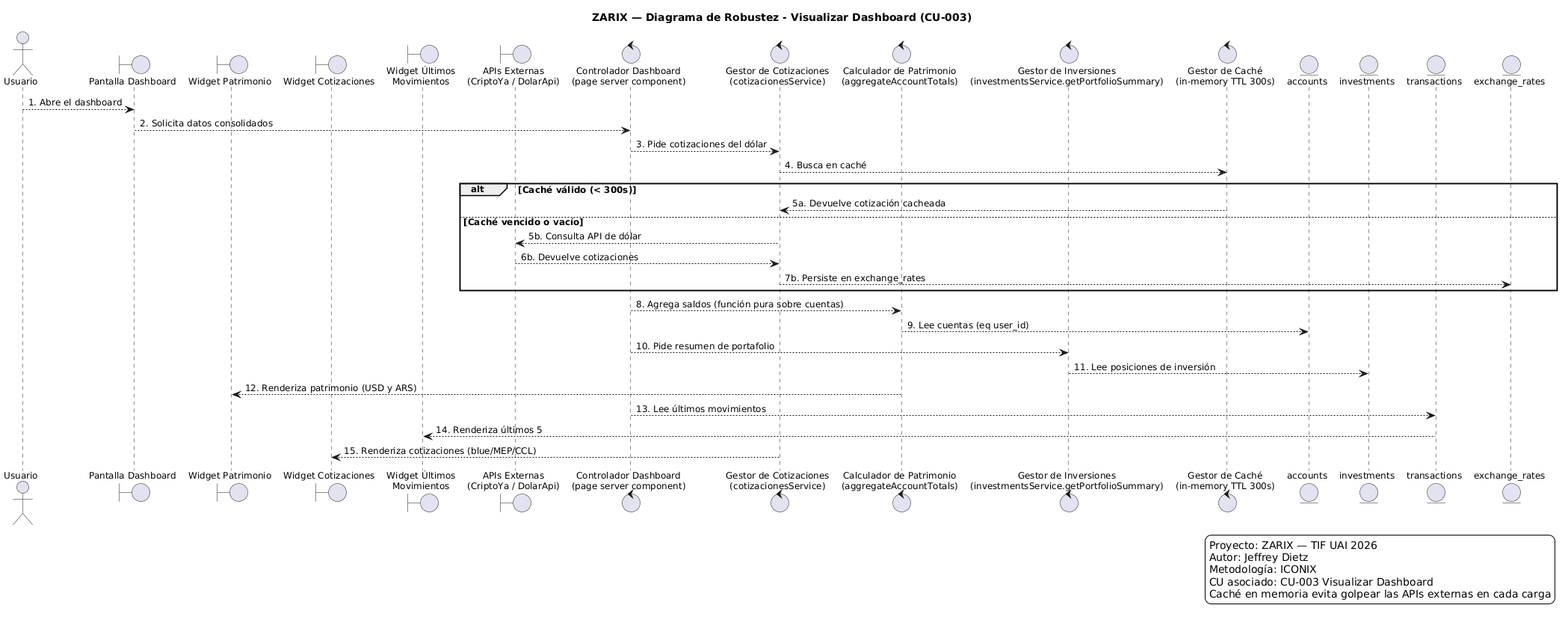
Earlier version of the PlantUML export docs/tif/png/fig04_robustez_dashboard.png (jeffreydtz/zarix).
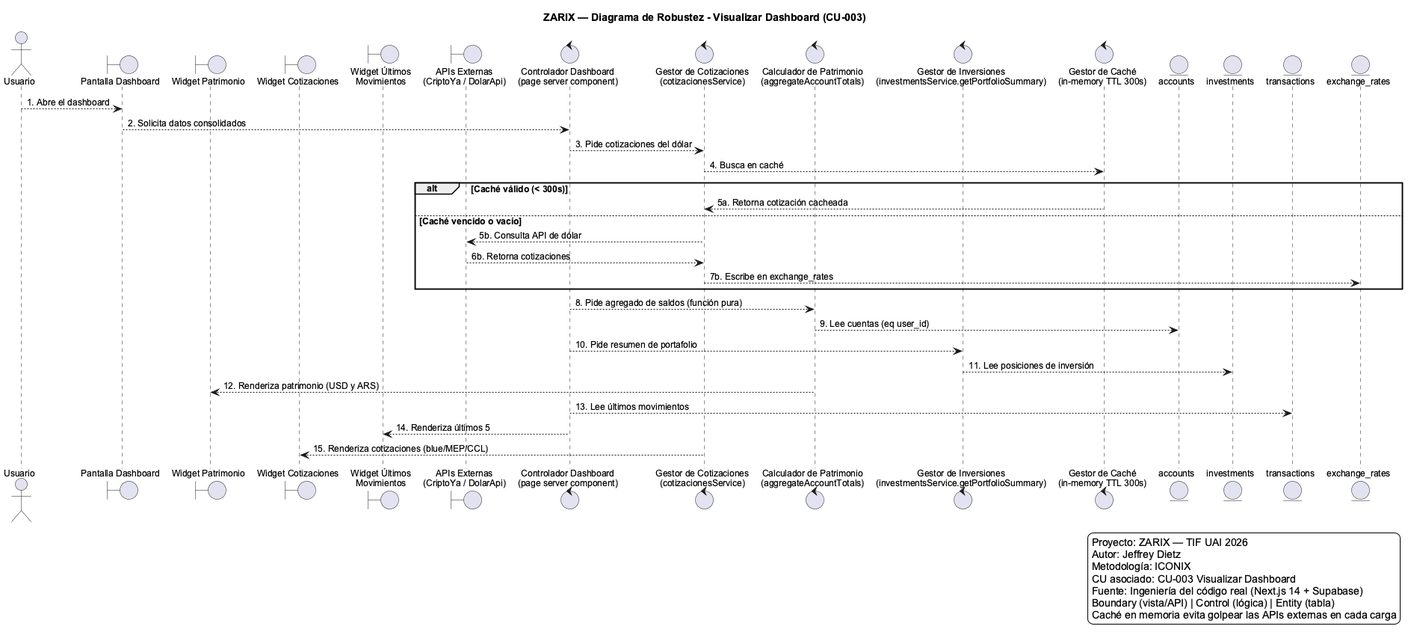
After the commit.

Change to the diagram source:
```diff
@@ -1,4 +1,5 @@
-@startuml
+@startuml D-ROB-DASH-003 — Diagrama de Robustez: Visualizar Dashboard
+!pragma layout smetana
 title ZARIX — Diagrama de Robustez - Visualizar Dashboard (CU-003)
 
 skinparam shadowing false
@@ -32,20 +33,20 @@
 C_Cot --> C_Cache : 4. Busca en caché
 
 alt Caché válido (< 300s)
-    C_Cache --> C_Cot : 5a. Devuelve cotización cacheada
+    C_Cache --> C_Cot : 5a. Retorna cotización cacheada
 else Caché vencido o vacío
     C_Cot --> B_Ext : 5b. Consulta API de dólar
-    B_Ext --> C_Cot : 6b. Devuelve cotizaciones
-    C_Cot --> E_Rate : 7b. Persiste en exchange_rates
+    B_Ext --> C_Cot : 6b. Retorna cotizaciones
+    C_Cot --> E_Rate : 7b. Escribe en exchange_rates
 end
 
-C_Ctrl --> C_Pat : 8. Agrega saldos (función pura sobre cuentas)
+C_Ctrl --> C_Pat : 8. Pide agregado de saldos (función pura)
 C_Pat --> E_Cta : 9. Lee cuentas (eq user_id)
 C_Ctrl --> C_Inv : 10. Pide resumen de portafolio
 C_Inv --> E_Inv : 11. Lee posiciones de inversión
 C_Pat --> W_Pat : 12. Renderiza patrimonio (USD y ARS)
 C_Ctrl --> E_Mov : 13. Lee últimos movimientos
-E_Mov --> W_Mov : 14. Renderiza últimos 5
+C_Ctrl --> W_Mov : 14. Renderiza últimos 5
 C_Cot --> W_Cot : 15. Renderiza cotizaciones (blue/MEP/CCL)
 
 legend right
@@ -53,6 +54,9 @@
 Autor: Jeffrey Dietz
 Metodología: ICONIX
 CU asociado: CU-003 Visualizar Dashboard
+Fuente: Ingeniería del código real (Next.js 14 + Supabase)
+Boundary (vista/API) | Control (lógica) | Entity (tabla)
 Caché en memoria evita golpear las APIs externas en cada carga
 endlegend
+
 @enduml
```
